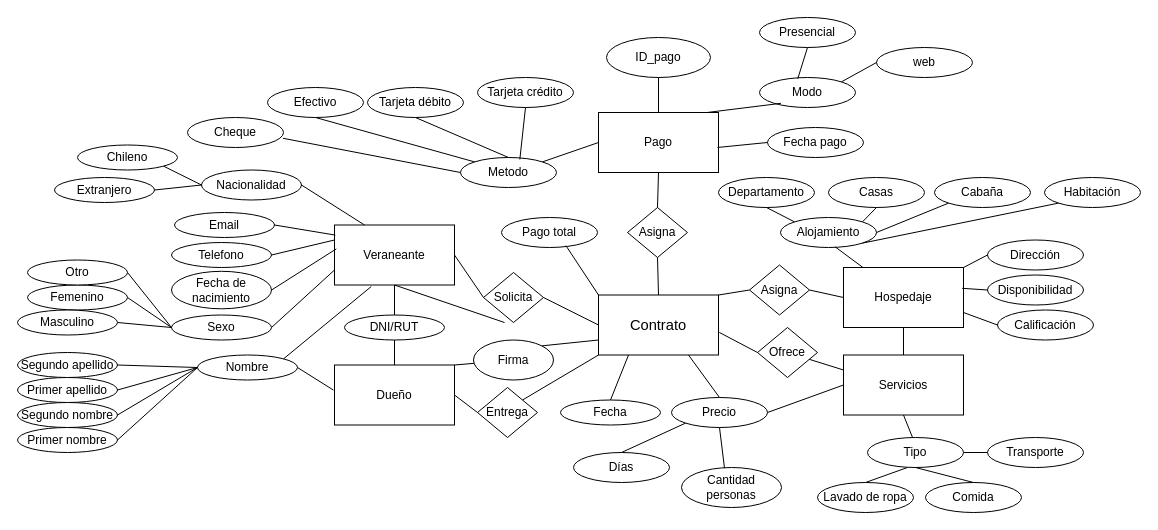
Earlier version of the draw.io diagram 2.drawio (MatiLilloY/Base-de-datos1). Source tidied: cells renumbered, new cells numbered last; positions are measured from the earlier drawing's top-left corner, leaving out a move shared by most shapes. Both pictures are drawn from the tidied source at 100%, with x=0, y=0 at pixel (17, 17).
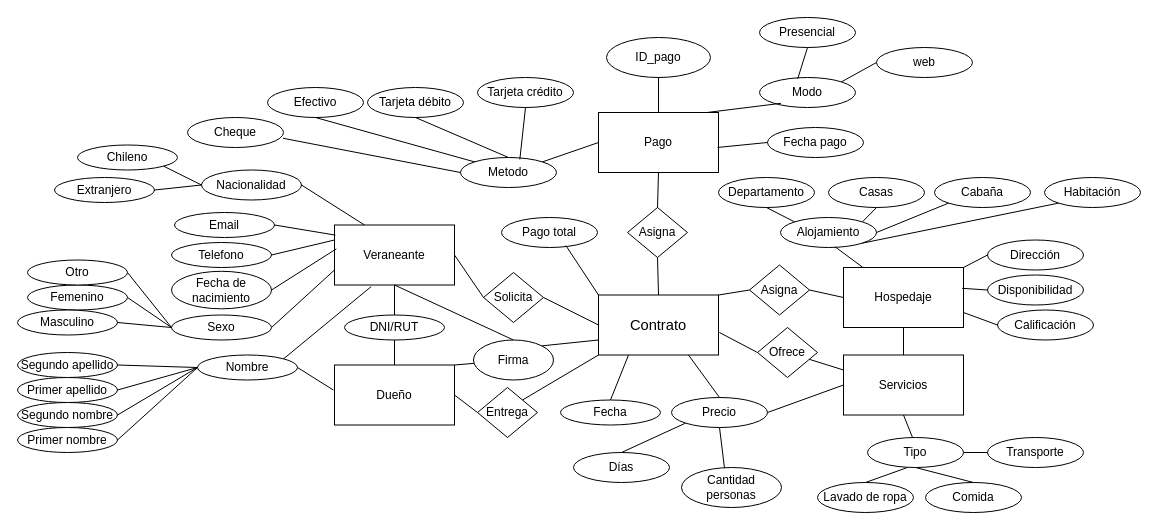
The same page after the edit.

Unchanged cells that the change refers to:
```xml
<mxCell id="5" value="Veraneante" style="rounded=0;whiteSpace=wrap;html=1;" parent="1" vertex="1">
  <mxGeometry x="317" y="207.5" width="120" height="60" as="geometry" />
</mxCell>
<mxCell id="61" value="Firma" style="ellipse;whiteSpace=wrap;html=1;" parent="1" vertex="1">
  <mxGeometry x="456" y="322.5" width="80" height="40" as="geometry" />
</mxCell>
```

What changed in the source:
```diff
@@
-    <mxCell id="63" style="endArrow=none;html=1;rounded=0;exitX=0.5;exitY=1;exitDx=0;exitDy=0;entryX=0.05;entryY=0.25;entryDx=0;entryDy=0;entryPerimeter=0;" parent="1" edge="1" source="5">
-      <mxGeometry relative="1" as="geometry">
-        <mxPoint x="487" y="305" as="targetPoint" />
-      </mxGeometry>
+    <mxCell id="63" style="endArrow=none;html=1;rounded=0;exitX=0.5;exitY=1;exitDx=0;exitDy=0;entryX=0.5;entryY=0;entryDx=0;entryDy=0;" parent="1" edge="1" source="5" target="61">
+      <mxGeometry relative="1" as="geometry" />
     </mxCell>
```
